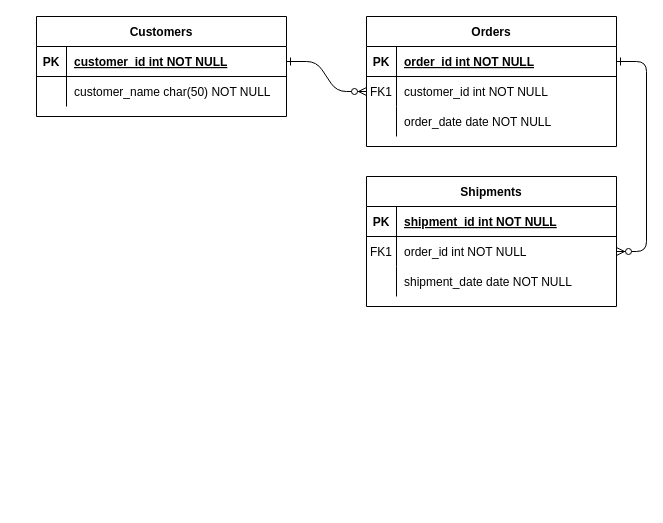
vallauri-ict/info-playground-diegobelliardo keeps this draw.io diagram as 2021-5binf/OnlineRegisterSolution/DBOnlineRegister.drawio. Above is the earlier version. Source tidied: cells renumbered, new cells numbered last; positions are measured from the earlier drawing's top-left corner, leaving out a move shared by most shapes. Both pictures are drawn from the tidied source at 100%, with x=0, y=0 at pixel (36, 16).
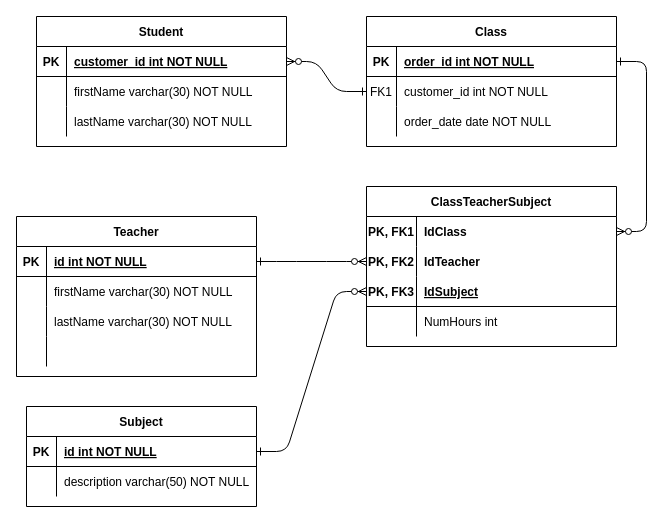
The same page after the edit.

Commit message:
Studenti classi materie insegnanti DBOnlineRegister.drawio

The change refers to these unchanged cells:
```xml
<mxCell id="5" style="shape=partialRectangle;fillColor=none;points=[[0,0.5],[1,0.5]];portConstraint=eastwest;top=0;left=0;right=0;bottom=1;" parent="4" vertex="1">
  <mxGeometry y="30" width="250" height="30" as="geometry" />
</mxCell>
<mxCell id="8" style="shape=partialRectangle;fillColor=none;points=[[0,0.5],[1,0.5]];portConstraint=eastwest;top=0;left=0;right=0;bottom=0;" parent="4" vertex="1">
  <mxGeometry y="60" width="250" height="30" as="geometry" />
</mxCell>
<mxCell id="25" style="shape=partialRectangle;fillColor=none;points=[[0,0.5],[1,0.5]];portConstraint=eastwest;top=0;left=0;right=0;bottom=1;" parent="24" vertex="1">
  <mxGeometry y="30" width="250" height="30" as="geometry" />
</mxCell>
<mxCell id="28" style="shape=partialRectangle;fillColor=none;top=0;left=0;right=0;bottom=0;" parent="24" vertex="1">
  <mxGeometry y="60" width="250" height="30" as="geometry" />
</mxCell>
```

The edit, as a diff of the source:
```diff
@@
-    <mxCell id="2" style="edgeStyle=entityRelationEdgeStyle;endArrow=ERzeroToMany;startArrow=ERone;endFill=1;startFill=0;" parent="1" edge="1" source="25" target="8">
+    <mxCell id="2" style="edgeStyle=entityRelationEdgeStyle;endArrow=ERzeroToMany;startArrow=ERone;endFill=1;startFill=0;exitX=0;exitY=0.5;exitDx=0;exitDy=0;entryX=1;entryY=0.5;entryDx=0;entryDy=0;" parent="1" edge="1" source="8" target="25">
       <mxGeometry relative="1" as="geometry" />
     </mxCell>
-    <mxCell id="3" style="edgeStyle=entityRelationEdgeStyle;endArrow=ERzeroToMany;startArrow=ERone;endFill=1;startFill=0;" parent="1" edge="1" source="5" target="18">
+    <mxCell id="3" style="edgeStyle=entityRelationEdgeStyle;endArrow=ERzeroToMany;startArrow=ERone;endFill=1;startFill=0;entryX=1;entryY=0.5;entryDx=0;entryDy=0;" parent="1" edge="1" source="5" target="31">
       <mxGeometry relative="1" as="geometry" />
     </mxCell>
-    <mxCell id="4" value="Orders" style="shape=table;startSize=30;childLayout=tableLayout;rowLines=0;fontStyle=1;align=center;" parent="1" vertex="1">
+    <mxCell id="4" value="Class" style="shape=table;startSize=30;childLayout=tableLayout;rowLines=0;fontStyle=1;align=center;" parent="1" vertex="1">
       <mxGeometry x="330" width="250" height="130" as="geometry" />
     </mxCell>
@@
-    <mxCell id="14" value="Shipments" style="shape=table;startSize=30;childLayout=tableLayout;rowLines=0;fontStyle=1;align=center;" parent="1" vertex="1">
-      <mxGeometry x="330" y="160" width="250" height="130" as="geometry" />
+    <mxCell id="14" value="ClassTeacherSubject" style="shape=table;startSize=30;childLayout=tableLayout;rowLines=0;fontStyle=1;align=center;" parent="1" vertex="1">
+      <mxGeometry x="330" y="170" width="250" height="160" as="geometry" />
     </mxCell>
-    <mxCell id="15" style="shape=partialRectangle;fillColor=none;top=0;left=0;right=0;bottom=1;" parent="14" vertex="1">
-      <mxGeometry y="30" width="250" height="30" as="geometry" />
-    </mxCell>
-    <mxCell id="16" value="PK" style="shape=partialRectangle;overflow=hidden;fillColor=none;top=0;left=0;bottom=0;right=0;fontStyle=1;" parent="15" vertex="1">
-      <mxGeometry width="30" height="30" as="geometry" />
-    </mxCell>
-    <mxCell id="17" value="shipment_id int NOT NULL " style="shape=partialRectangle;overflow=hidden;fillColor=none;top=0;left=0;bottom=0;right=0;align=left;spacingLeft=6;fontStyle=5;" parent="15" vertex="1">
-      <mxGeometry x="30" width="220" height="30" as="geometry" />
-    </mxCell>
+    <mxCell id="31" style="shape=partialRectangle;fillColor=none;top=0;left=0;bottom=0;right=0;points=[[0,0.5],[1,0.5]];portConstraint=eastwest;strokeColor=default;verticalAlign=middle;" parent="14" vertex="1">
+      <mxGeometry y="30" width="250" height="30" as="geometry" />
+    </mxCell>
+    <mxCell id="32" value="PK, FK1" style="shape=partialRectangle;fillColor=none;top=0;left=0;bottom=0;right=0;overflow=hidden;strokeColor=default;verticalAlign=middle;fontStyle=1;" parent="31" vertex="1">
+      <mxGeometry width="50" height="30" as="geometry" />
+    </mxCell>
+    <mxCell id="33" value="IdClass" style="shape=partialRectangle;fillColor=none;top=0;left=0;bottom=0;right=0;align=left;spacingLeft=6;overflow=hidden;strokeColor=default;fontStyle=1;" parent="31" vertex="1">
+      <mxGeometry x="50" width="200" height="30" as="geometry" />
+    </mxCell>
+    <mxCell id="34" style="shape=partialRectangle;fillColor=none;top=0;left=0;bottom=0;right=0;points=[[0,0.5],[1,0.5]];portConstraint=eastwest;strokeColor=default;verticalAlign=middle;" parent="14" vertex="1">
+      <mxGeometry y="60" width="250" height="30" as="geometry" />
+    </mxCell>
+    <mxCell id="35" value="PK, FK2" style="shape=partialRectangle;fillColor=none;top=0;left=0;bottom=0;right=0;overflow=hidden;strokeColor=default;verticalAlign=middle;fontStyle=1;" parent="34" vertex="1">
+      <mxGeometry width="50" height="30" as="geometry" />
+    </mxCell>
+    <mxCell id="36" value="IdTeacher" style="shape=partialRectangle;fillColor=none;top=0;left=0;bottom=0;right=0;align=left;spacingLeft=6;overflow=hidden;strokeColor=default;fontStyle=1;" parent="34" vertex="1">
+      <mxGeometry x="50" width="200" height="30" as="geometry" />
+    </mxCell>
+    <mxCell id="37" style="shape=partialRectangle;fillColor=none;points=[[0,0.5],[1,0.5]];portConstraint=eastwest;top=0;left=0;right=0;bottom=1;" parent="14" vertex="1">
+      <mxGeometry y="90" width="250" height="30" as="geometry" />
+    </mxCell>
+    <mxCell id="38" value="PK, FK3" style="shape=partialRectangle;overflow=hidden;fillColor=none;top=0;left=0;bottom=0;right=0;fontStyle=1;" parent="37" vertex="1">
+      <mxGeometry width="50" height="30" as="geometry" />
+    </mxCell>
+    <mxCell id="39" value="IdSubject" style="shape=partialRectangle;overflow=hidden;fillColor=none;top=0;left=0;bottom=0;right=0;align=left;spacingLeft=6;fontStyle=5;verticalAlign=middle;strokeColor=default;" parent="37" vertex="1">
+      <mxGeometry x="50" width="200" height="30" as="geometry" />
+    </mxCell>
     <mxCell id="18" style="shape=partialRectangle;fillColor=none;points=[[0,0.5],[1,0.5]];portConstraint=eastwest;top=0;left=0;right=0;bottom=0;" parent="14" vertex="1">
-      <mxGeometry y="60" width="250" height="30" as="geometry" />
+      <mxGeometry y="120" width="250" height="30" as="geometry" />
     </mxCell>
-    <mxCell id="19" value="FK1" style="shape=partialRectangle;overflow=hidden;fillColor=none;top=0;left=0;bottom=0;right=0;" parent="18" vertex="1">
-      <mxGeometry width="30" height="30" as="geometry" />
+    <mxCell id="19" style="shape=partialRectangle;overflow=hidden;fillColor=none;top=0;left=0;bottom=0;right=0;" parent="18" vertex="1">
+      <mxGeometry width="50" height="30" as="geometry" />
     </mxCell>
-    <mxCell id="20" value="order_id int NOT NULL" style="shape=partialRectangle;overflow=hidden;fillColor=none;top=0;left=0;bottom=0;right=0;align=left;spacingLeft=6;" parent="18" vertex="1">
-      <mxGeometry x="30" width="220" height="30" as="geometry" />
+    <mxCell id="20" value="NumHours int" style="shape=partialRectangle;overflow=hidden;fillColor=none;top=0;left=0;bottom=0;right=0;align=left;spacingLeft=6;" parent="18" vertex="1">
+      <mxGeometry x="50" width="200" height="30" as="geometry" />
     </mxCell>
-    <mxCell id="21" style="shape=partialRectangle;fillColor=none;top=0;left=0;right=0;bottom=0;" parent="14" vertex="1">
-      <mxGeometry y="90" width="250" height="30" as="geometry" />
-    </mxCell>
-    <mxCell id="22" style="shape=partialRectangle;overflow=hidden;fillColor=none;top=0;left=0;bottom=0;right=0;" parent="21" vertex="1">
-      <mxGeometry width="30" height="30" as="geometry" />
-    </mxCell>
-    <mxCell id="23" value="shipment_date date NOT NULL" style="shape=partialRectangle;overflow=hidden;fillColor=none;top=0;left=0;bottom=0;right=0;align=left;spacingLeft=6;" parent="21" vertex="1">
-      <mxGeometry x="30" width="220" height="30" as="geometry" />
-    </mxCell>
-    <mxCell id="24" value="Customers" style="shape=table;startSize=30;childLayout=tableLayout;rowLines=0;fontStyle=1;align=center;" parent="1" vertex="1">
-      <mxGeometry width="250" height="100" as="geometry" />
+    <mxCell id="24" value="Student" style="shape=table;startSize=30;childLayout=tableLayout;rowLines=0;fontStyle=1;align=center;" parent="1" vertex="1">
+      <mxGeometry width="250" height="130" as="geometry" />
     </mxCell>
@@
-    <mxCell id="30" value="customer_name char(50) NOT NULL" style="shape=partialRectangle;overflow=hidden;fillColor=none;top=0;left=0;bottom=0;right=0;align=left;spacingLeft=6;" parent="28" vertex="1">
+    <mxCell id="30" value="firstName varchar(30) NOT NULL" style="shape=partialRectangle;overflow=hidden;fillColor=none;top=0;left=0;bottom=0;right=0;align=left;spacingLeft=6;" parent="28" vertex="1">
       <mxGeometry x="30" width="220" height="30" as="geometry" />
     </mxCell>
+    <mxCell id="21" style="shape=partialRectangle;fillColor=none;top=0;left=0;right=0;bottom=0;" parent="24" vertex="1">
+      <mxGeometry y="90" width="250" height="30" as="geometry" />
+    </mxCell>
+    <mxCell id="22" style="shape=partialRectangle;overflow=hidden;fillColor=none;top=0;left=0;bottom=0;right=0;" parent="21" vertex="1">
+      <mxGeometry width="30" height="30" as="geometry" />
+    </mxCell>
+    <mxCell id="40" value="lastName varchar(30) NOT NULL" style="shape=partialRectangle;overflow=hidden;fillColor=none;top=0;left=0;bottom=0;right=0;align=left;spacingLeft=6;" parent="21" vertex="1">
+      <mxGeometry x="30" width="220" height="30" as="geometry" />
+    </mxCell>
+    <mxCell id="41" value="Teacher" style="shape=table;startSize=30;childLayout=tableLayout;rowLines=0;fontStyle=1;align=center;strokeColor=default;" parent="1" vertex="1">
+      <mxGeometry x="-20" y="200" width="240" height="160" as="geometry" />
+    </mxCell>
+    <mxCell id="42" style="shape=partialRectangle;fillColor=none;top=0;left=0;bottom=1;right=0;points=[[0,0.5],[1,0.5]];portConstraint=eastwest;strokeColor=default;verticalAlign=middle;" parent="41" vertex="1">
+      <mxGeometry y="30" width="240" height="30" as="geometry" />
+    </mxCell>
+    <mxCell id="43" value="PK" style="shape=partialRectangle;fillColor=none;top=0;left=0;bottom=0;right=0;fontStyle=1;overflow=hidden;strokeColor=default;verticalAlign=middle;" parent="42" vertex="1">
+      <mxGeometry width="30" height="30" as="geometry" />
+    </mxCell>
+    <mxCell id="44" value="id int NOT NULL" style="shape=partialRectangle;fillColor=none;top=0;left=0;bottom=0;right=0;align=left;spacingLeft=6;fontStyle=5;overflow=hidden;strokeColor=default;" parent="42" vertex="1">
+      <mxGeometry x="30" width="210" height="30" as="geometry" />
+    </mxCell>
+    <mxCell id="45" style="shape=partialRectangle;fillColor=none;top=0;left=0;bottom=0;right=0;strokeColor=default;verticalAlign=middle;" parent="41" vertex="1">
+      <mxGeometry y="60" width="240" height="30" as="geometry" />
+    </mxCell>
+    <mxCell id="46" style="shape=partialRectangle;fillColor=none;top=0;left=0;bottom=0;right=0;overflow=hidden;strokeColor=default;verticalAlign=middle;" parent="45" vertex="1">
+      <mxGeometry width="30" height="30" as="geometry" />
+    </mxCell>
+    <mxCell id="47" value="firstName varchar(30) NOT NULL" style="shape=partialRectangle;fillColor=none;top=0;left=0;bottom=0;right=0;align=left;spacingLeft=6;overflow=hidden;strokeColor=default;" parent="45" vertex="1">
+      <mxGeometry x="30" width="210" height="30" as="geometry" />
+    </mxCell>
+    <mxCell id="48" style="shape=partialRectangle;fillColor=none;top=0;left=0;bottom=0;right=0;strokeColor=default;verticalAlign=middle;" parent="41" vertex="1">
+      <mxGeometry y="90" width="240" height="30" as="geometry" />
+    </mxCell>
+    <mxCell id="49" style="shape=partialRectangle;fillColor=none;top=0;left=0;bottom=0;right=0;overflow=hidden;strokeColor=default;verticalAlign=middle;" parent="48" vertex="1">
+      <mxGeometry width="30" height="30" as="geometry" />
+    </mxCell>
+    <mxCell id="50" value="lastName varchar(30) NOT NULL" style="shape=partialRectangle;fillColor=none;top=0;left=0;bottom=0;right=0;align=left;spacingLeft=6;overflow=hidden;strokeColor=default;" parent="48" vertex="1">
+      <mxGeometry x="30" width="210" height="30" as="geometry" />
+    </mxCell>
+    <mxCell id="51" style="shape=partialRectangle;fillColor=none;top=0;left=0;bottom=0;right=0;strokeColor=default;verticalAlign=middle;" parent="41" vertex="1">
+      <mxGeometry y="120" width="240" height="30" as="geometry" />
+    </mxCell>
+    <mxCell id="52" style="shape=partialRectangle;fillColor=none;top=0;left=0;bottom=0;right=0;overflow=hidden;strokeColor=default;verticalAlign=middle;" parent="51" vertex="1">
+      <mxGeometry width="30" height="30" as="geometry" />
+    </mxCell>
+    <mxCell id="53" style="shape=partialRectangle;fillColor=none;top=0;left=0;bottom=0;right=0;align=left;spacingLeft=6;overflow=hidden;strokeColor=default;" parent="51" vertex="1">
+      <mxGeometry x="30" width="210" height="30" as="geometry" />
+    </mxCell>
+    <mxCell id="54" style="edgeStyle=entityRelationEdgeStyle;endArrow=ERzeroToMany;startArrow=ERone;endFill=1;startFill=0;entryX=0;entryY=0.5;entryDx=0;entryDy=0;exitX=1;exitY=0.5;exitDx=0;exitDy=0;" parent="1" edge="1" source="42" target="34">
+      <mxGeometry relative="1" as="geometry" />
+    </mxCell>
+    <mxCell id="55" value="Subject" style="shape=table;startSize=30;childLayout=tableLayout;rowLines=0;fontStyle=1;align=center;strokeColor=default;" parent="1" vertex="1">
+      <mxGeometry x="-10" y="390" width="230" height="100" as="geometry" />
+    </mxCell>
+    <mxCell id="56" style="shape=partialRectangle;fillColor=none;top=0;left=0;bottom=1;right=0;points=[[0,0.5],[1,0.5]];portConstraint=eastwest;strokeColor=default;verticalAlign=middle;" parent="55" vertex="1">
+      <mxGeometry y="30" width="230" height="30" as="geometry" />
+    </mxCell>
+    <mxCell id="57" value="PK" style="shape=partialRectangle;fillColor=none;top=0;left=0;bottom=0;right=0;fontStyle=1;overflow=hidden;strokeColor=default;verticalAlign=middle;" parent="56" vertex="1">
+      <mxGeometry width="30" height="30" as="geometry" />
+    </mxCell>
+    <mxCell id="58" value="id int NOT NULL" style="shape=partialRectangle;fillColor=none;top=0;left=0;bottom=0;right=0;align=left;spacingLeft=6;fontStyle=5;overflow=hidden;strokeColor=default;" parent="56" vertex="1">
+      <mxGeometry x="30" width="200" height="30" as="geometry" />
+    </mxCell>
+    <mxCell id="59" style="shape=partialRectangle;fillColor=none;top=0;left=0;bottom=0;right=0;strokeColor=default;verticalAlign=middle;" parent="55" vertex="1">
+      <mxGeometry y="60" width="230" height="30" as="geometry" />
+    </mxCell>
+    <mxCell id="60" style="shape=partialRectangle;fillColor=none;top=0;left=0;bottom=0;right=0;overflow=hidden;strokeColor=default;verticalAlign=middle;" parent="59" vertex="1">
+      <mxGeometry width="30" height="30" as="geometry" />
+    </mxCell>
+    <mxCell id="61" value="description varchar(50) NOT NULL" style="shape=partialRectangle;fillColor=none;top=0;left=0;bottom=0;right=0;align=left;spacingLeft=6;overflow=hidden;strokeColor=default;" parent="59" vertex="1">
+      <mxGeometry x="30" width="200" height="30" as="geometry" />
+    </mxCell>
+    <mxCell id="62" style="edgeStyle=entityRelationEdgeStyle;endArrow=ERzeroToMany;startArrow=ERone;endFill=1;startFill=0;entryX=0;entryY=0.5;entryDx=0;entryDy=0;exitX=1;exitY=0.5;exitDx=0;exitDy=0;" parent="1" edge="1" source="56" target="37">
+      <mxGeometry relative="1" as="geometry" />
+    </mxCell>
```
